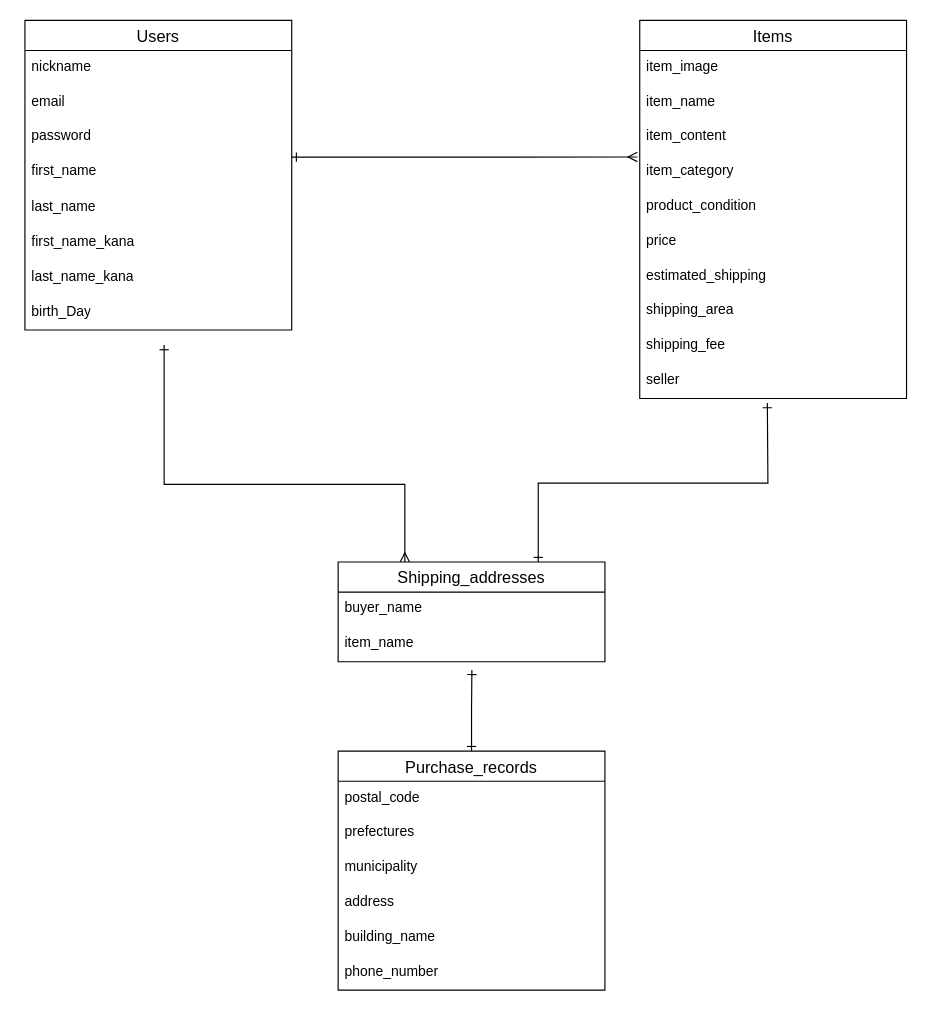
Before: furima.dio in tomomi94/furima-34469, a draw.io diagram. Source tidied: cells renumbered, new cells numbered last; positions are measured from the earlier drawing's top-left corner, leaving out a move shared by most shapes. Both pictures are drawn from the tidied source at 116%, with x=0, y=0 at pixel (24, 20).
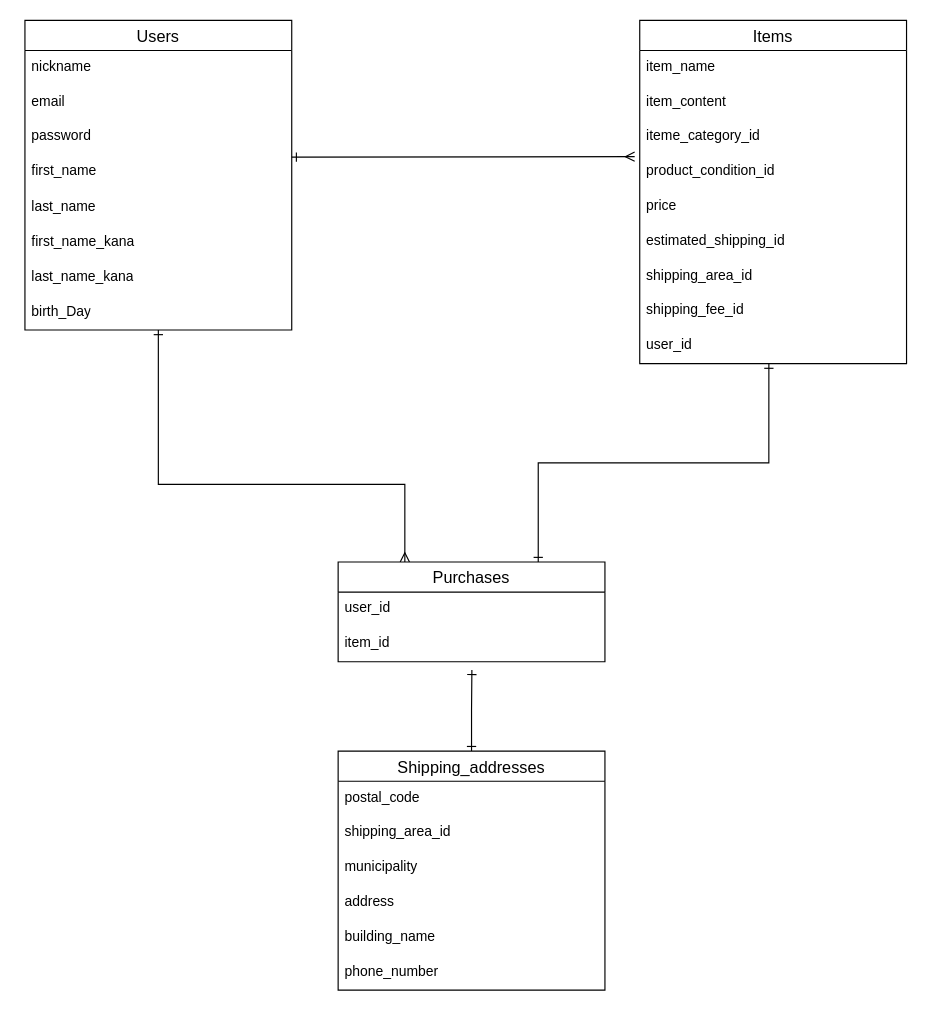
The same diagram, later.

Commit message (it also covers changes not shown here):
データベース設計_修正

The change refers to these unchanged cells:
```xml
<mxCell id="10" value="birth_Day" style="text;strokeColor=none;fillColor=none;spacingLeft=4;spacingRight=4;overflow=hidden;points=[[0,0.5],[1,0.5]];portConstraint=eastwest;fontSize=12;whiteSpace=wrap;shadow=1;html=1;fontStyle=0;" parent="2" vertex="1">
  <mxGeometry y="237" width="230" height="30" as="geometry" />
</mxCell>
```

Diff of the diagram source:
```diff
@@
     <mxCell id="11" value="Items" style="swimlane;fontStyle=0;horizontal=1;startSize=26;align=center;fontSize=14;" parent="1" vertex="1">
-      <mxGeometry x="530" width="230" height="326" as="geometry" />
+      <mxGeometry x="530" width="230" height="296" as="geometry" />
     </mxCell>
-    <mxCell id="12" value="item_image" style="text;strokeColor=none;fillColor=none;spacingLeft=4;spacingRight=4;overflow=hidden;fontSize=12;" parent="11" vertex="1">
-      <mxGeometry y="26" width="230" height="30" as="geometry" />
-    </mxCell>
     <mxCell id="13" value="item_name" style="text;strokeColor=none;fillColor=none;spacingLeft=4;spacingRight=4;overflow=hidden;fontSize=12;" parent="11" vertex="1">
-      <mxGeometry y="56" width="230" height="30" as="geometry" />
+      <mxGeometry y="26" width="230" height="30" as="geometry" />
     </mxCell>
     <mxCell id="14" value="item_content" style="text;strokeColor=none;fillColor=none;spacingLeft=4;spacingRight=4;overflow=hidden;fontSize=12;" parent="11" vertex="1">
-      <mxGeometry y="86" width="230" height="30" as="geometry" />
+      <mxGeometry y="56" width="230" height="30" as="geometry" />
     </mxCell>
-    <mxCell id="15" value="item_category" style="text;strokeColor=none;fillColor=none;spacingLeft=4;spacingRight=4;overflow=hidden;points=[[0,0.5],[1,0.5]];portConstraint=eastwest;fontSize=12;" parent="11" vertex="1">
-      <mxGeometry y="116" width="230" height="30" as="geometry" />
+    <mxCell id="15" value="iteme_category_id" style="text;strokeColor=none;fillColor=none;spacingLeft=4;spacingRight=4;overflow=hidden;points=[[0,0.5],[1,0.5]];portConstraint=eastwest;fontSize=12;" parent="11" vertex="1">
+      <mxGeometry y="86" width="230" height="30" as="geometry" />
     </mxCell>
-    <mxCell id="16" value="product_condition" style="text;strokeColor=none;fillColor=none;spacingLeft=4;spacingRight=4;overflow=hidden;points=[[0,0.5],[1,0.5]];portConstraint=eastwest;fontSize=12;" parent="11" vertex="1">
-      <mxGeometry y="146" width="230" height="30" as="geometry" />
+    <mxCell id="16" value="product_condition_id" style="text;strokeColor=none;fillColor=none;spacingLeft=4;spacingRight=4;overflow=hidden;points=[[0,0.5],[1,0.5]];portConstraint=eastwest;fontSize=12;" parent="11" vertex="1">
+      <mxGeometry y="116" width="230" height="30" as="geometry" />
     </mxCell>
     <mxCell id="17" value="price" style="text;strokeColor=none;fillColor=none;spacingLeft=4;spacingRight=4;overflow=hidden;fontSize=12;" parent="11" vertex="1">
-      <mxGeometry y="176" width="230" height="30" as="geometry" />
+      <mxGeometry y="146" width="230" height="30" as="geometry" />
     </mxCell>
-    <mxCell id="18" value="estimated_shipping" style="text;strokeColor=none;fillColor=none;spacingLeft=4;spacingRight=4;overflow=hidden;fontSize=12;" parent="11" vertex="1">
-      <mxGeometry y="206" width="230" height="30" as="geometry" />
+    <mxCell id="18" value="estimated_shipping_id" style="text;strokeColor=none;fillColor=none;spacingLeft=4;spacingRight=4;overflow=hidden;fontSize=12;" parent="11" vertex="1">
+      <mxGeometry y="176" width="230" height="30" as="geometry" />
     </mxCell>
-    <mxCell id="19" value="shipping_area" style="text;strokeColor=none;fillColor=none;spacingLeft=4;spacingRight=4;overflow=hidden;fontSize=12;" parent="11" vertex="1">
-      <mxGeometry y="236" width="230" height="30" as="geometry" />
+    <mxCell id="19" value="shipping_area_id" style="text;strokeColor=none;fillColor=none;spacingLeft=4;spacingRight=4;overflow=hidden;fontSize=12;" parent="11" vertex="1">
+      <mxGeometry y="206" width="230" height="30" as="geometry" />
     </mxCell>
-    <mxCell id="20" value="shipping_fee" style="text;strokeColor=none;fillColor=none;spacingLeft=4;spacingRight=4;overflow=hidden;fontSize=12;" parent="11" vertex="1">
-      <mxGeometry y="266" width="230" height="30" as="geometry" />
+    <mxCell id="20" value="shipping_fee_id" style="text;strokeColor=none;fillColor=none;spacingLeft=4;spacingRight=4;overflow=hidden;fontSize=12;" parent="11" vertex="1">
+      <mxGeometry y="236" width="230" height="30" as="geometry" />
     </mxCell>
-    <mxCell id="21" value="seller" style="text;strokeColor=none;fillColor=none;spacingLeft=4;spacingRight=4;overflow=hidden;points=[[0,0.5],[1,0.5]];portConstraint=eastwest;fontSize=12;" parent="11" vertex="1">
-      <mxGeometry y="296" width="230" height="30" as="geometry" />
+    <mxCell id="21" value="user_id" style="text;strokeColor=none;fillColor=none;spacingLeft=4;spacingRight=4;overflow=hidden;points=[[0,0.5],[1,0.5]];portConstraint=eastwest;fontSize=12;" parent="11" vertex="1">
+      <mxGeometry y="266" width="230" height="30" as="geometry" />
     </mxCell>
-    <mxCell id="22" style="edgeStyle=orthogonalEdgeStyle;rounded=0;jettySize=auto;html=1;exitX=0.25;exitY=0;exitDx=0;exitDy=0;startArrow=ERmany;startFill=0;endArrow=ERone;endFill=0;" parent="1" edge="1" source="24">
+    <mxCell id="22" style="edgeStyle=orthogonalEdgeStyle;rounded=0;jettySize=auto;html=1;exitX=0.25;exitY=0;exitDx=0;exitDy=0;startArrow=ERmany;startFill=0;endArrow=ERone;endFill=0;" parent="1" edge="1" source="24" target="10">
       <mxGeometry relative="1" as="geometry">
-        <mxPoint x="120" y="280" as="targetPoint" />
         <Array as="points">
-          <mxPoint x="328" y="400" />
+          <mxPoint x="327" y="400" />
+          <mxPoint x="115" y="400" />
         </Array>
       </mxGeometry>
     </mxCell>
-    <mxCell id="23" style="edgeStyle=orthogonalEdgeStyle;rounded=0;jettySize=auto;html=1;exitX=0.75;exitY=0;exitDx=0;exitDy=0;startArrow=ERone;startFill=0;endArrow=ERone;endFill=0;" parent="1" edge="1" source="24">
-      <mxGeometry relative="1" as="geometry">
-        <mxPoint x="640" y="330" as="targetPoint" />
-      </mxGeometry>
+    <mxCell id="23" style="edgeStyle=orthogonalEdgeStyle;rounded=0;jettySize=auto;html=1;exitX=0.75;exitY=0;exitDx=0;exitDy=0;startArrow=ERone;startFill=0;endArrow=ERone;endFill=0;entryX=0.484;entryY=1;entryDx=0;entryDy=0;entryPerimeter=0;" parent="1" edge="1" source="24" target="21">
+      <mxGeometry relative="1" as="geometry" />
     </mxCell>
-    <mxCell id="24" value="Shipping_addresses" style="swimlane;fontStyle=0;horizontal=1;startSize=26;align=center;fontSize=14;" parent="1" vertex="1">
+    <mxCell id="24" value="Purchases" style="swimlane;fontStyle=0;horizontal=1;startSize=26;align=center;fontSize=14;" parent="1" vertex="1">
       <mxGeometry x="270" y="467" width="230" height="86" as="geometry" />
     </mxCell>
-    <mxCell id="25" value="buyer_name" style="text;strokeColor=none;fillColor=none;spacingLeft=4;spacingRight=4;overflow=hidden;fontSize=12;" parent="24" vertex="1">
+    <mxCell id="25" value="user_id" style="text;strokeColor=none;fillColor=none;spacingLeft=4;spacingRight=4;overflow=hidden;fontSize=12;" parent="24" vertex="1">
       <mxGeometry y="26" width="230" height="30" as="geometry" />
     </mxCell>
-    <mxCell id="26" value="item_name" style="text;strokeColor=none;fillColor=none;spacingLeft=4;spacingRight=4;overflow=hidden;fontSize=12;" parent="24" vertex="1">
+    <mxCell id="26" value="item_id" style="text;strokeColor=none;fillColor=none;spacingLeft=4;spacingRight=4;overflow=hidden;fontSize=12;" parent="24" vertex="1">
       <mxGeometry y="56" width="230" height="30" as="geometry" />
     </mxCell>
@@
-    <mxCell id="28" value="Purchase_records" style="swimlane;fontStyle=0;horizontal=1;startSize=26;align=center;fontSize=14;" parent="1" vertex="1">
+    <mxCell id="28" value="Shipping_addresses" style="swimlane;fontStyle=0;horizontal=1;startSize=26;align=center;fontSize=14;" parent="1" vertex="1">
       <mxGeometry x="270" y="630" width="230" height="206" as="geometry" />
     </mxCell>
@@
-    <mxCell id="30" value="prefectures" style="text;strokeColor=none;fillColor=none;spacingLeft=4;spacingRight=4;overflow=hidden;fontSize=12;" parent="28" vertex="1">
+    <mxCell id="30" value="shipping_area_id" style="text;strokeColor=none;fillColor=none;spacingLeft=4;spacingRight=4;overflow=hidden;fontSize=12;" parent="28" vertex="1">
       <mxGeometry y="56" width="230" height="30" as="geometry" />
     </mxCell>
@@
-    <mxCell id="35" style="endArrow=ERmany;html=1;rounded=0;startArrow=ERone;startFill=0;endFill=0;entryX=-0.009;entryY=0.061;entryDx=0;entryDy=0;entryPerimeter=0;" parent="1" edge="1" target="15">
+    <mxCell id="35" style="endArrow=ERmany;html=1;rounded=0;startArrow=ERone;startFill=0;endFill=0;entryX=-0.019;entryY=0.052;entryDx=0;entryDy=0;entryPerimeter=0;" parent="1" edge="1" target="16">
       <mxGeometry relative="1" as="geometry">
         <mxPoint x="230" y="118" as="sourcePoint" />
       </mxGeometry>
     </mxCell>
```
